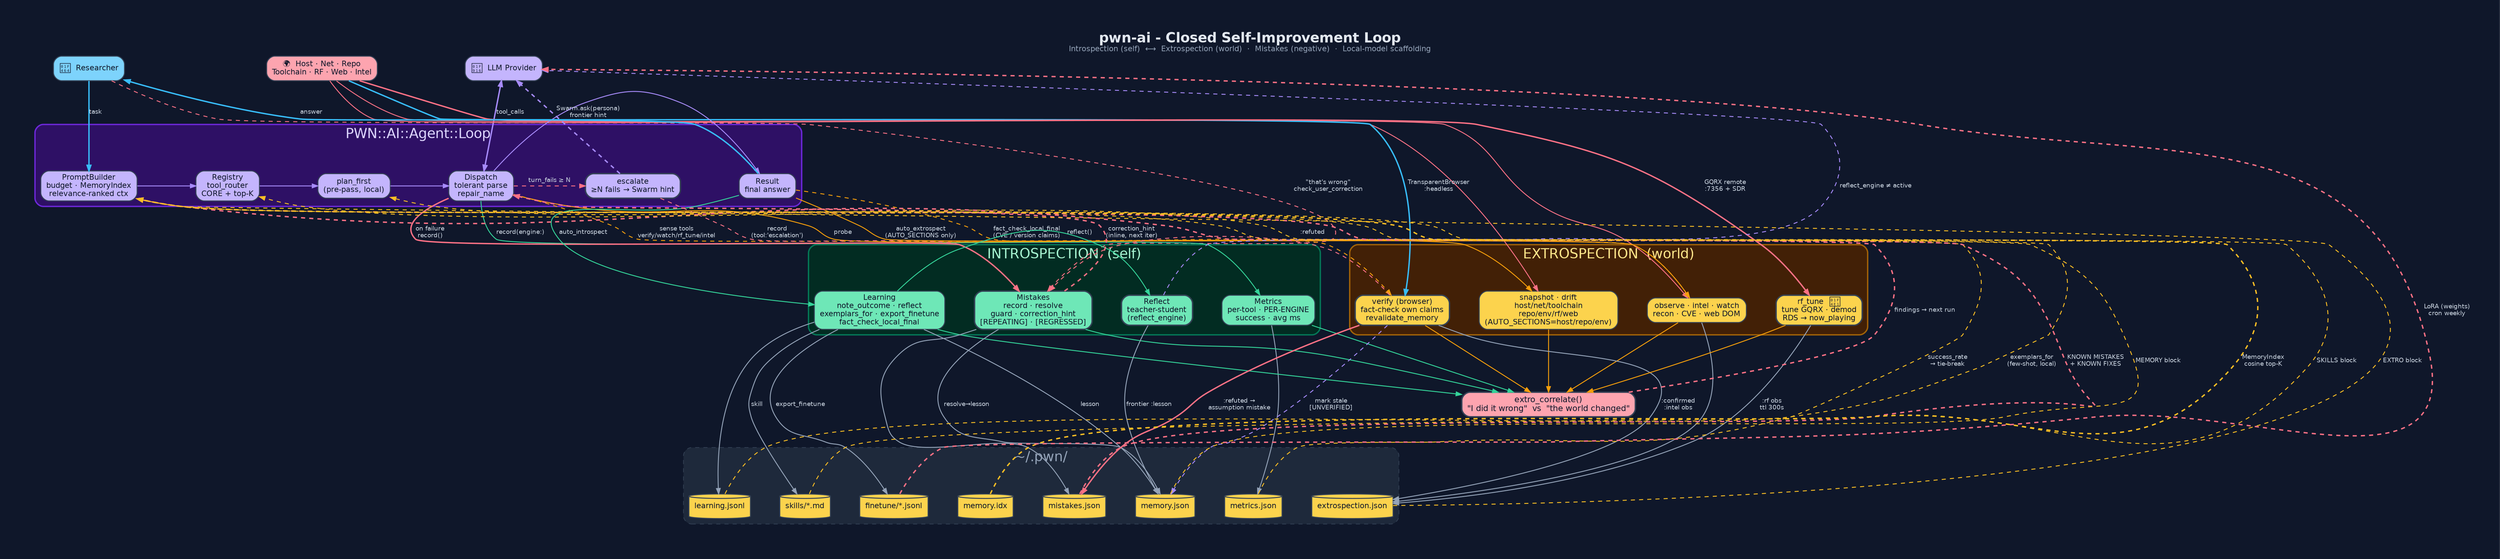
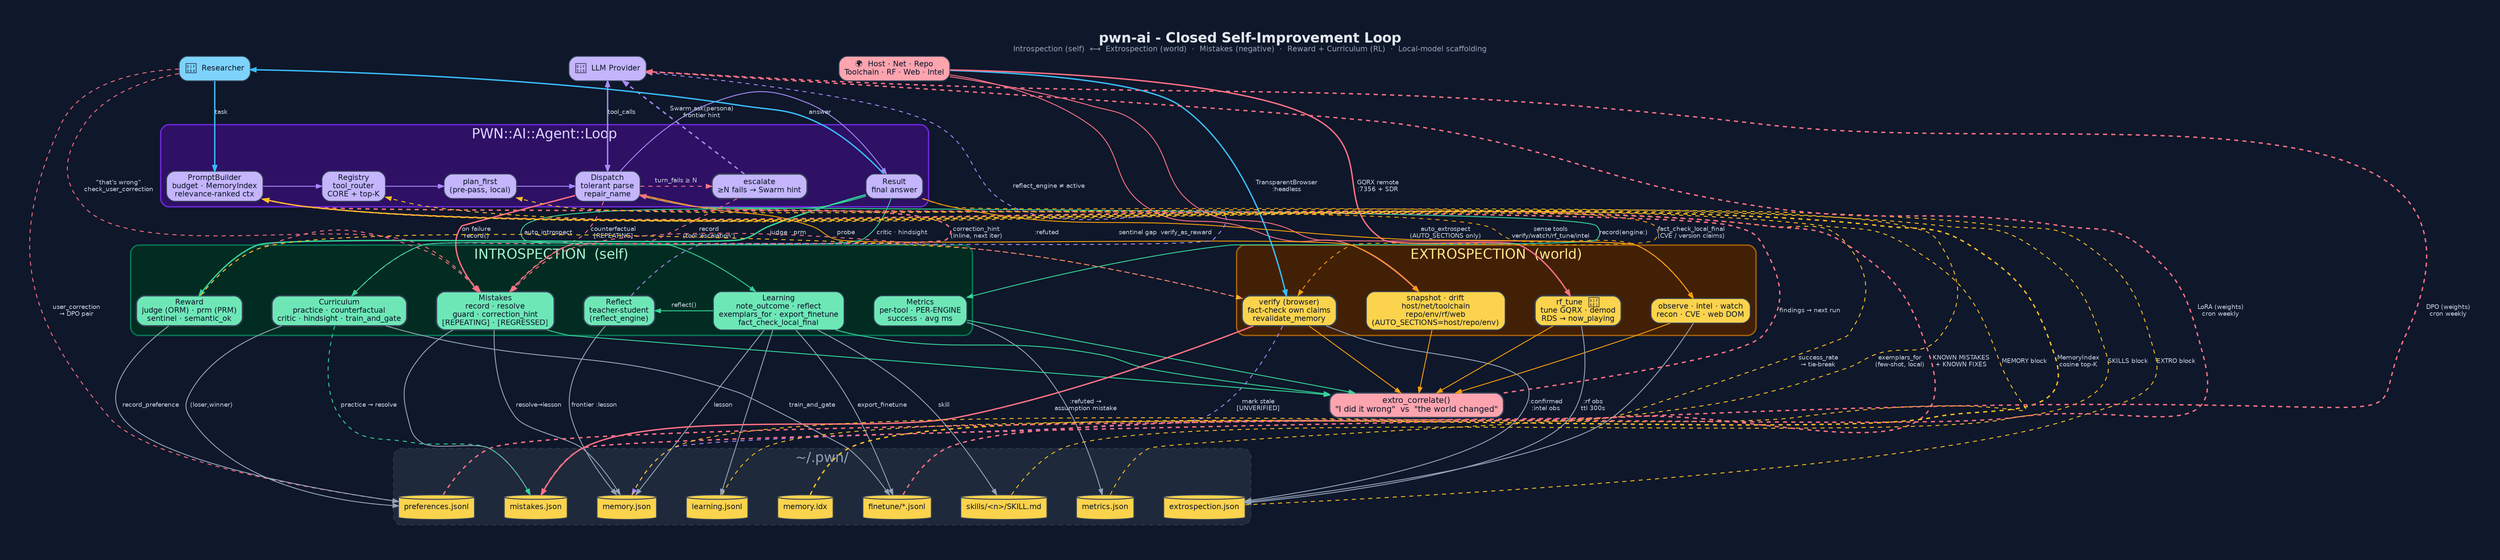
digraph "PWN_AI_Feedback_Learning_Loop" {
  graph [
-     label=<<B>pwn-ai - Closed Self-Improvement Loop</B><BR/><FONT POINT-SIZE="11" COLOR="#94a3b8">Introspection (self)  ⟷  Extrospection (world)  ·  Mistakes (negative)  ·  Local-model scaffolding</FONT>>,
+     label=<<B>pwn-ai - Closed Self-Improvement Loop</B><BR/><FONT POINT-SIZE="11" COLOR="#94a3b8">Introspection (self)  ⟷  Extrospection (world)  ·  Mistakes (negative)  ·  Reward + Curriculum (RL)  ·  Local-model scaffolding</FONT>>,
    labelloc=t, fontsize=20, fontname="Helvetica",
    rankdir=TB, splines=spline, nodesep=0.6, ranksep=1.0,
    bgcolor="#0f172a", fontcolor="#e2e8f0", pad=0.6, newrank=true, compound=true
  ];
  node [fontname="Helvetica", fontsize=11, style="filled,rounded",
        shape=box, penwidth=1.4, color="#334155", fontcolor="#0f172a"];
  edge [fontname="Helvetica", fontsize=9, color="#94a3b8",
        fontcolor="#cbd5e1", penwidth=1.3, arrowsize=0.8];

  /* L0 ─ actors */
  User  [label="👤  Researcher", fillcolor="#7dd3fc"];
  LLM   [label="🤖  LLM Provider", fillcolor="#c4b5fd"];
  World [label="🌍  Host · Net · Repo\nToolchain · RF · Web · Intel", fillcolor="#fda4af"];
  {rank=same; User; LLM; World}

  /* L1 ─ agent core */
  subgraph cluster_core {
    label="PWN::AI::Agent::Loop"; fontcolor="#ddd6fe";
    style=rounded; color="#6d28d9"; bgcolor="#2e1065"; penwidth=2;
    Prompt   [label="PromptBuilder\nbudget · MemoryIndex\nrelevance-ranked ctx", fillcolor="#c4b5fd"];
    Dispatch [label="Dispatch\ntolerant parse\nrepair_name", fillcolor="#c4b5fd"];
Router   [label="Registry\ntool_router\nCORE + top-K",   fillcolor="#c4b5fd"];
Plan     [label="plan_first\n(pre-pass, local)",         fillcolor="#c4b5fd"];
Escalate [label="escalate\n≥N fails → Swarm hint",        fillcolor="#c4b5fd", penwidth=2];
    Result   [label="Result\nfinal answer",           fillcolor="#c4b5fd"];
  }
  {rank=same; Prompt; Router; Plan; Dispatch; Escalate; Result}

  /* L2 ─ triple engines */
  subgraph cluster_intro {
    label="INTROSPECTION  (self)"; fontcolor="#a7f3d0";
    style=rounded; color="#047857"; bgcolor="#022c22"; penwidth=2;
    Metrics  [label="Metrics\nper-tool · PER-ENGINE\nsuccess · avg ms", fillcolor="#6ee7b7"];
    Learning [label="Learning\nnote_outcome · reflect\nexemplars_for · export_finetune\nfact_check_local_final", fillcolor="#6ee7b7"];
    Mistakes [label="Mistakes\nrecord · resolve\nguard · correction_hint\n[REPEATING] · [REGRESSED]", fillcolor="#6ee7b7", penwidth=2];
    ReflectT [label="Reflect\nteacher-student\n(reflect_engine)", fillcolor="#6ee7b7", penwidth=2];
+     Reward   [label="Reward\njudge (ORM) · prm (PRM)\nsentinel · semantic_ok", fillcolor="#6ee7b7", penwidth=2];
+     Curric   [label="Curriculum\npractice · counterfactual\ncritic · hindsight · train_and_gate", fillcolor="#6ee7b7", penwidth=2];
  }
  subgraph cluster_extro {
    label="EXTROSPECTION  (world)"; fontcolor="#fde68a";
    style=rounded; color="#a16207"; bgcolor="#422006"; penwidth=2;
    Snapshot  [label="snapshot · drift\nhost/net/toolchain\nrepo/env/rf/web\n(AUTO_SECTIONS=host/repo/env)", fillcolor="#fcd34d"];
    Observe   [label="observe · intel · watch\nrecon · CVE · web DOM",             fillcolor="#fcd34d"];
    Verify    [label="verify (browser)\nfact-check own claims\nrevalidate_memory", fillcolor="#fcd34d", penwidth=2];
    RFTune    [label="rf_tune  📡\ntune GQRX · demod\nRDS → now_playing",           fillcolor="#fcd34d", penwidth=2];
  }
-   {rank=same; Metrics; Learning; Mistakes; ReflectT; Snapshot; Observe; Verify; RFTune}
+   {rank=same; Metrics; Learning; Mistakes; ReflectT; Reward; Curric; Snapshot; Observe; Verify; RFTune}

  /* L3 ─ correlate */
  Correlate [label="extro_correlate()\n\"I did it wrong\"  vs  \"the world changed\"",
             fillcolor="#fda4af", penwidth=2, fontsize=12];

  /* L4 ─ persistence */
  subgraph cluster_store {
    label="~/.pwn/"; fontcolor="#94a3b8";
    style="rounded,dashed"; color="#334155"; bgcolor="#1e293b";
    Fmet [label="metrics.json",       shape=cylinder, fillcolor="#fcd34d"];
    Flrn [label="learning.jsonl",     shape=cylinder, fillcolor="#fcd34d"];
    Fmis [label="mistakes.json",      shape=cylinder, fillcolor="#fcd34d"];
    Fmem [label="memory.json",        shape=cylinder, fillcolor="#fcd34d"];
    Fidx [label="memory.idx",         shape=cylinder, fillcolor="#fcd34d"];
-     Fskl [label="skills/*.md",         shape=cylinder, fillcolor="#fcd34d"];
+     Fskl [label="skills/<n>/SKILL.md",         shape=cylinder, fillcolor="#fcd34d"];
    Fext [label="extrospection.json", shape=cylinder, fillcolor="#fcd34d"];
    Fftn [label="finetune/*.jsonl",   shape=cylinder, fillcolor="#fcd34d"];
+     Fprf [label="preferences.jsonl", shape=cylinder, fillcolor="#fcd34d"];
  }
-   {rank=same; Fmet; Flrn; Fmis; Fmem; Fidx; Fskl; Fext; Fftn}
+   {rank=same; Fmet; Flrn; Fmis; Fmem; Fidx; Fskl; Fext; Fftn; Fprf}

  /* L0 → L1 */
  User -> Prompt   [label="task", color="#38bdf8", penwidth=2];
  LLM  -> Dispatch [label="tool_calls", dir=both, color="#a78bfa", penwidth=2];
  World-> Result   [style=invis];

  /* L1 internal */
  Prompt -> Router   [color="#a78bfa"];
  Router -> Plan     [color="#a78bfa"];
  Plan   -> Dispatch [color="#a78bfa"];
  Dispatch -> Escalate [label="turn_fails ≥ N", color="#fb7185", style=dashed];
  Dispatch -> Result [color="#a78bfa"];
  Escalate -> Result [style=invis];

  /* L1 → L2 */
  Dispatch -> Metrics  [label="record(engine:)", color="#34d399"];
  Result   -> Learning [label="auto_introspect", color="#34d399"];
  Dispatch -> Mistakes [label="on failure\nrecord()", color="#fb7185", penwidth=2];
  User     -> Mistakes [label="\"that's wrong\"\ncheck_user_correction", color="#fb7185",
                        style=dashed, constraint=false];
  Dispatch -> Snapshot [label="probe", color="#f59e0b"];
  Result   -> Observe  [label="auto_extrospect\n(AUTO_SECTIONS only)", color="#f59e0b"];
  World    -> Snapshot [color="#fb7185", constraint=false];
  World    -> Observe  [color="#fb7185", constraint=false];
  World    -> Verify   [label="TransparentBrowser\n:headless", color="#38bdf8", constraint=false, penwidth=2];
  World    -> RFTune   [label="GQRX remote\n:7356 + SDR", color="#fb7185", constraint=false, penwidth=2];
  Dispatch -> Observe  [label="sense tools\nverify/watch/rf_tune/intel", color="#f59e0b", style=dashed, constraint=false];

  /* L2 → L3 */
  Metrics  -> Correlate [color="#34d399"];
  Learning -> Correlate [color="#34d399"];
  Mistakes -> Correlate [color="#34d399"];
  Snapshot -> Correlate [color="#f59e0b"];
  Observe  -> Correlate [color="#f59e0b"];
  Verify   -> Correlate [color="#f59e0b"];
  RFTune   -> Correlate [color="#f59e0b"];

  /* L3 → L4 */
  Correlate -> Fmet [style=invis];
  Metrics   -> Fmet [color="#94a3b8"];
  Learning  -> Flrn [color="#94a3b8"];
  Mistakes  -> Fmis [color="#94a3b8"];
  Mistakes  -> Fmem [label="resolve→lesson", color="#94a3b8"];
  Learning  -> Fmem [label="lesson", color="#94a3b8"];
  Learning  -> Fskl [label="skill",  color="#94a3b8"];
  Observe   -> Fext [color="#94a3b8"];
  RFTune    -> Fext [label=":rf obs\nttl 300s", color="#94a3b8"];
  Verify    -> Fmis [label=":refuted →\nassumption mistake", color="#fb7185", penwidth=2];
  Verify    -> Mistakes [label=":refuted", color="#fb7185", style=dashed, constraint=false];
  Verify    -> Fmem [label="mark stale\n[UNVERIFIED]", color="#a78bfa", style=dashed];
  Verify    -> Fext [label=":confirmed\n:intel obs", color="#94a3b8"];
  Learning -> Fftn [label="export_finetune", color="#94a3b8"];
  Learning -> ReflectT [label="reflect()", color="#34d399", constraint=false];
  ReflectT -> Fmem [label="frontier :lesson", color="#94a3b8"];
  ReflectT -> LLM  [label="reflect_engine ≠ active", style=dashed, color="#a78bfa", constraint=false];
  Result   -> Verify [label="fact_check_local_final\n(CVE / version claims)", color="#f59e0b", style=dashed, constraint=false];

  /* feedback (dashed, non-constraining) */
  Fmem -> Prompt [label="MEMORY block",  style=dashed, color="#fbbf24", constraint=false];
  Fskl -> Prompt [label="SKILLS block",  style=dashed, color="#fbbf24", constraint=false];
  Fmis -> Prompt [label="KNOWN MISTAKES\n+ KNOWN FIXES", style=dashed, color="#fb7185",
                  constraint=false, penwidth=2];
  Fext -> Prompt [label="EXTRO block",   style=dashed, color="#fbbf24", constraint=false];
  Mistakes -> Dispatch [label="correction_hint\n(inline, next iter)", style=dashed,
                        color="#fb7185", constraint=false, penwidth=2];
  Correlate -> Prompt [label="findings → next run", style=dashed, color="#fb7185",
                       constraint=false, penwidth=2];
  Fidx -> Prompt [label="MemoryIndex\ncosine top-K", style=dashed, color="#fbbf24", constraint=false, penwidth=2];
  Flrn -> Plan   [label="exemplars_for\n(few-shot, local)", style=dashed, color="#fbbf24", constraint=false];
  Fmet -> Router [label="success_rate\n→ tie-break", style=dashed, color="#fbbf24", constraint=false];
  Escalate -> LLM [label="Swarm.ask(persona)\nfrontier hint", color="#a78bfa", constraint=false, penwidth=2, style=dashed];
  Escalate -> Mistakes [label="record\n(tool:'escalation')", color="#fb7185", constraint=false, style=dashed];
  Fftn -> LLM  [label="LoRA (weights)\ncron weekly", style=dashed, color="#fb7185", constraint=false, penwidth=2];
  Result -> User [label="answer", color="#38bdf8", constraint=false, penwidth=2];
+   Result   -> Reward   [label="judge · prm", color="#34d399", penwidth=2];
+   Result   -> Curric   [label="critic · hindsight", color="#34d399"];
+   Dispatch -> Curric   [label="counterfactual\n[REPEATING]", color="#fb7185", style=dashed, constraint=false];
+   Reward   -> Verify   [label="verify_as_reward", style=dashed, color="#fbbf24", constraint=false];
+   Reward   -> Fprf     [label="record_preference", color="#94a3b8"];
+   Reward   -> Mistakes [label="sentinel gap", color="#fb7185", style=dashed, constraint=false];
+   Curric   -> Fprf     [label="(loser,winner)", color="#94a3b8"];
+   Curric   -> Fmis     [label="practice → resolve", color="#34d399", style=dashed];
+   Curric   -> Fftn     [label="train_and_gate", color="#94a3b8"];
+   User     -> Fprf     [label="user_correction\n→ DPO pair", color="#fb7185", style=dashed, constraint=false];
+   Fprf     -> LLM      [label="DPO (weights)\ncron weekly", style=dashed, color="#fb7185", constraint=false, penwidth=2];
+ 
}
